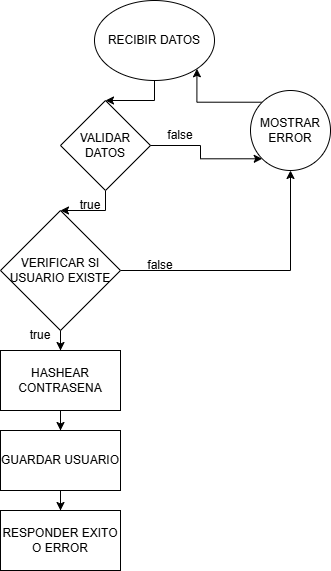
0wander1/auth-api keeps this draw.io diagram as docs/img/flujo-registro.png. Above is the earlier version. Source tidied: cells renumbered, new cells last; positions are measured from the earlier drawing's top-left corner, leaving out a move shared by most shapes. The source it was exported from:
```xml
<mxGraphModel>
  <root>
    <mxCell id="0" />
    <mxCell id="1" parent="0" />
    <mxCell id="2" style="edgeStyle=orthogonalEdgeStyle;rounded=0;jettySize=auto;html=1;exitX=0.5;exitY=1;exitDx=0;exitDy=0;entryX=0.5;entryY=0;entryDx=0;entryDy=0;" parent="1" edge="1" source="3" target="5">
      <mxGeometry relative="1" as="geometry" />
    </mxCell>
    <mxCell id="3" value="RECIBIR DATOS" style="ellipse;whiteSpace=wrap;html=1;" parent="1" vertex="1">
      <mxGeometry x="94" width="120" height="80" as="geometry" />
    </mxCell>
    <mxCell id="4" style="edgeStyle=orthogonalEdgeStyle;rounded=0;jettySize=auto;html=1;" parent="1" edge="1" source="5" target="10">
      <mxGeometry relative="1" as="geometry" />
    </mxCell>
    <mxCell id="5" value="VALIDAR DATOS" style="rhombus;whiteSpace=wrap;html=1;" parent="1" vertex="1">
      <mxGeometry x="60" y="100" width="90" height="90" as="geometry" />
    </mxCell>
    <mxCell id="6" style="edgeStyle=orthogonalEdgeStyle;rounded=0;jettySize=auto;html=1;exitX=1;exitY=0.5;exitDx=0;exitDy=0;entryX=0;entryY=1;entryDx=0;entryDy=0;" parent="1" edge="1" source="5" target="19">
      <mxGeometry relative="1" as="geometry" />
    </mxCell>
    <mxCell id="7" value="false" style="text;html=1;whiteSpace=wrap;strokeColor=none;fillColor=none;align=center;verticalAlign=middle;rounded=0;" parent="1" vertex="1">
      <mxGeometry x="150" y="120" width="60" height="30" as="geometry" />
    </mxCell>
    <mxCell id="8" style="edgeStyle=orthogonalEdgeStyle;rounded=0;jettySize=auto;html=1;exitX=1;exitY=0.5;exitDx=0;exitDy=0;entryX=0.5;entryY=1;entryDx=0;entryDy=0;" parent="1" edge="1" source="10" target="19">
      <mxGeometry relative="1" as="geometry" />
    </mxCell>
    <mxCell id="9" style="edgeStyle=orthogonalEdgeStyle;rounded=0;jettySize=auto;html=1;" parent="1" edge="1" source="10" target="14">
      <mxGeometry relative="1" as="geometry" />
    </mxCell>
    <mxCell id="10" value="VERIFICAR SI&lt;div&gt;USUARIO EXISTE&lt;/div&gt;" style="rhombus;whiteSpace=wrap;html=1;" parent="1" vertex="1">
      <mxGeometry y="210" width="120" height="120" as="geometry" />
    </mxCell>
    <mxCell id="11" value="true" style="text;html=1;whiteSpace=wrap;strokeColor=none;fillColor=none;align=center;verticalAlign=middle;rounded=0;" parent="1" vertex="1">
      <mxGeometry x="60" y="190" width="60" height="30" as="geometry" />
    </mxCell>
    <mxCell id="12" value="false" style="text;html=1;whiteSpace=wrap;strokeColor=none;fillColor=none;align=center;verticalAlign=middle;rounded=0;" parent="1" vertex="1">
      <mxGeometry x="130" y="250" width="60" height="30" as="geometry" />
    </mxCell>
    <mxCell id="13" style="edgeStyle=orthogonalEdgeStyle;rounded=0;jettySize=auto;html=1;" parent="1" edge="1" source="14" target="16">
      <mxGeometry relative="1" as="geometry" />
    </mxCell>
    <mxCell id="14" value="HASHEAR CONTRASENA" style="whiteSpace=wrap;html=1;" parent="1" vertex="1">
      <mxGeometry y="350" width="120" height="60" as="geometry" />
    </mxCell>
    <mxCell id="15" style="edgeStyle=orthogonalEdgeStyle;rounded=0;jettySize=auto;html=1;" parent="1" edge="1" source="16" target="17">
      <mxGeometry relative="1" as="geometry" />
    </mxCell>
    <mxCell id="16" value="GUARDAR USUARIO" style="whiteSpace=wrap;html=1;" parent="1" vertex="1">
      <mxGeometry y="430" width="120" height="60" as="geometry" />
    </mxCell>
    <mxCell id="17" value="RESPONDER EXITO O ERROR" style="whiteSpace=wrap;html=1;" parent="1" vertex="1">
      <mxGeometry y="510" width="120" height="60" as="geometry" />
    </mxCell>
    <mxCell id="18" style="edgeStyle=orthogonalEdgeStyle;rounded=0;jettySize=auto;html=1;exitX=0;exitY=0;exitDx=0;exitDy=0;entryX=1;entryY=1;entryDx=0;entryDy=0;" parent="1" edge="1" source="19" target="3">
      <mxGeometry relative="1" as="geometry" />
    </mxCell>
    <mxCell id="19" value="MOSTRAR ERROR" style="ellipse;whiteSpace=wrap;html=1;" parent="1" vertex="1">
      <mxGeometry x="250" y="90" width="80" height="80" as="geometry" />
    </mxCell>
    <mxCell id="20" value="true" style="text;html=1;whiteSpace=wrap;strokeColor=none;fillColor=none;align=center;verticalAlign=middle;rounded=0;" parent="1" vertex="1">
      <mxGeometry x="10" y="320" width="60" height="30" as="geometry" />
    </mxCell>
  </root>
</mxGraphModel>
```
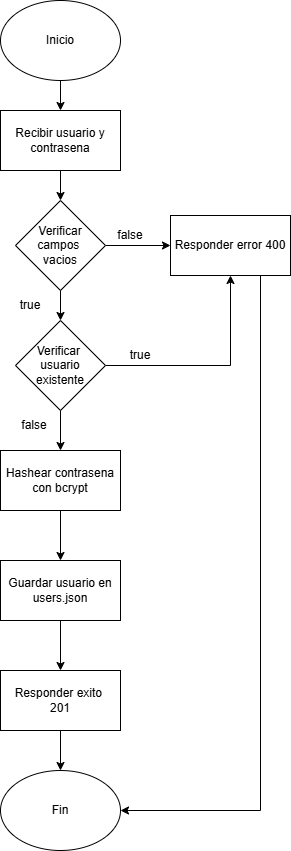
After the change.

Commit message:
docs: agregar diagramas de arquitectura y flujos de registro y login

Change to the diagram source:
```diff
@@ -2,62 +2,74 @@
   <root>
     <mxCell id="0" />
     <mxCell id="1" parent="0" />
-    <mxCell id="2" style="edgeStyle=orthogonalEdgeStyle;rounded=0;jettySize=auto;html=1;exitX=0.5;exitY=1;exitDx=0;exitDy=0;entryX=0.5;entryY=0;entryDx=0;entryDy=0;" parent="1" edge="1" source="3" target="5">
-      <mxGeometry relative="1" as="geometry" />
-    </mxCell>
-    <mxCell id="3" value="RECIBIR DATOS" style="ellipse;whiteSpace=wrap;html=1;" parent="1" vertex="1">
-      <mxGeometry x="94" width="120" height="80" as="geometry" />
-    </mxCell>
-    <mxCell id="4" style="edgeStyle=orthogonalEdgeStyle;rounded=0;jettySize=auto;html=1;" parent="1" edge="1" source="5" target="10">
-      <mxGeometry relative="1" as="geometry" />
-    </mxCell>
-    <mxCell id="5" value="VALIDAR DATOS" style="rhombus;whiteSpace=wrap;html=1;" parent="1" vertex="1">
-      <mxGeometry x="60" y="100" width="90" height="90" as="geometry" />
-    </mxCell>
-    <mxCell id="6" style="edgeStyle=orthogonalEdgeStyle;rounded=0;jettySize=auto;html=1;exitX=1;exitY=0.5;exitDx=0;exitDy=0;entryX=0;entryY=1;entryDx=0;entryDy=0;" parent="1" edge="1" source="5" target="19">
-      <mxGeometry relative="1" as="geometry" />
-    </mxCell>
-    <mxCell id="7" value="false" style="text;html=1;whiteSpace=wrap;strokeColor=none;fillColor=none;align=center;verticalAlign=middle;rounded=0;" parent="1" vertex="1">
-      <mxGeometry x="150" y="120" width="60" height="30" as="geometry" />
-    </mxCell>
-    <mxCell id="8" style="edgeStyle=orthogonalEdgeStyle;rounded=0;jettySize=auto;html=1;exitX=1;exitY=0.5;exitDx=0;exitDy=0;entryX=0.5;entryY=1;entryDx=0;entryDy=0;" parent="1" edge="1" source="10" target="19">
-      <mxGeometry relative="1" as="geometry" />
-    </mxCell>
-    <mxCell id="9" style="edgeStyle=orthogonalEdgeStyle;rounded=0;jettySize=auto;html=1;" parent="1" edge="1" source="10" target="14">
-      <mxGeometry relative="1" as="geometry" />
-    </mxCell>
-    <mxCell id="10" value="VERIFICAR SI&lt;div&gt;USUARIO EXISTE&lt;/div&gt;" style="rhombus;whiteSpace=wrap;html=1;" parent="1" vertex="1">
-      <mxGeometry y="210" width="120" height="120" as="geometry" />
-    </mxCell>
-    <mxCell id="11" value="true" style="text;html=1;whiteSpace=wrap;strokeColor=none;fillColor=none;align=center;verticalAlign=middle;rounded=0;" parent="1" vertex="1">
-      <mxGeometry x="60" y="190" width="60" height="30" as="geometry" />
-    </mxCell>
-    <mxCell id="12" value="false" style="text;html=1;whiteSpace=wrap;strokeColor=none;fillColor=none;align=center;verticalAlign=middle;rounded=0;" parent="1" vertex="1">
-      <mxGeometry x="130" y="250" width="60" height="30" as="geometry" />
-    </mxCell>
-    <mxCell id="13" style="edgeStyle=orthogonalEdgeStyle;rounded=0;jettySize=auto;html=1;" parent="1" edge="1" source="14" target="16">
-      <mxGeometry relative="1" as="geometry" />
-    </mxCell>
-    <mxCell id="14" value="HASHEAR CONTRASENA" style="whiteSpace=wrap;html=1;" parent="1" vertex="1">
-      <mxGeometry y="350" width="120" height="60" as="geometry" />
-    </mxCell>
-    <mxCell id="15" style="edgeStyle=orthogonalEdgeStyle;rounded=0;jettySize=auto;html=1;" parent="1" edge="1" source="16" target="17">
-      <mxGeometry relative="1" as="geometry" />
-    </mxCell>
-    <mxCell id="16" value="GUARDAR USUARIO" style="whiteSpace=wrap;html=1;" parent="1" vertex="1">
-      <mxGeometry y="430" width="120" height="60" as="geometry" />
-    </mxCell>
-    <mxCell id="17" value="RESPONDER EXITO O ERROR" style="whiteSpace=wrap;html=1;" parent="1" vertex="1">
-      <mxGeometry y="510" width="120" height="60" as="geometry" />
-    </mxCell>
-    <mxCell id="18" style="edgeStyle=orthogonalEdgeStyle;rounded=0;jettySize=auto;html=1;exitX=0;exitY=0;exitDx=0;exitDy=0;entryX=1;entryY=1;entryDx=0;entryDy=0;" parent="1" edge="1" source="19" target="3">
-      <mxGeometry relative="1" as="geometry" />
-    </mxCell>
-    <mxCell id="19" value="MOSTRAR ERROR" style="ellipse;whiteSpace=wrap;html=1;" parent="1" vertex="1">
-      <mxGeometry x="250" y="90" width="80" height="80" as="geometry" />
-    </mxCell>
-    <mxCell id="20" value="true" style="text;html=1;whiteSpace=wrap;strokeColor=none;fillColor=none;align=center;verticalAlign=middle;rounded=0;" parent="1" vertex="1">
-      <mxGeometry x="10" y="320" width="60" height="30" as="geometry" />
-    </mxCell>
+    <mxCell id="21" style="edgeStyle=orthogonalEdgeStyle;rounded=0;jettySize=auto;html=1;" parent="1" edge="1" source="22" target="24">
+      <mxGeometry relative="1" as="geometry" />
+    </mxCell>
+    <mxCell id="22" value="Inicio" style="ellipse;whiteSpace=wrap;html=1;" parent="1" vertex="1">
+      <mxGeometry x="90" y="20" width="120" height="80" as="geometry" />
+    </mxCell>
+    <mxCell id="23" style="edgeStyle=orthogonalEdgeStyle;rounded=0;jettySize=auto;html=1;" parent="1" edge="1" source="24" target="27">
+      <mxGeometry relative="1" as="geometry" />
+    </mxCell>
+    <mxCell id="24" value="Recibir usuario y contrasena" style="whiteSpace=wrap;html=1;" parent="1" vertex="1">
+      <mxGeometry x="90" y="130" width="120" height="60" as="geometry" />
+    </mxCell>
+    <mxCell id="25" style="edgeStyle=orthogonalEdgeStyle;rounded=0;jettySize=auto;html=1;" parent="1" edge="1" source="27" target="29">
+      <mxGeometry relative="1" as="geometry" />
+    </mxCell>
+    <mxCell id="26" style="edgeStyle=orthogonalEdgeStyle;rounded=0;jettySize=auto;html=1;" parent="1" edge="1" source="27" target="32">
+      <mxGeometry relative="1" as="geometry" />
+    </mxCell>
+    <mxCell id="27" value="Verificar campos&amp;nbsp;&lt;div&gt;vacios&lt;/div&gt;" style="rhombus;whiteSpace=wrap;html=1;" parent="1" vertex="1">
+      <mxGeometry x="105" y="220" width="90" height="90" as="geometry" />
+    </mxCell>
+    <mxCell id="28" style="edgeStyle=orthogonalEdgeStyle;rounded=0;jettySize=auto;html=1;exitX=0.75;exitY=1;exitDx=0;exitDy=0;entryX=1;entryY=0.5;entryDx=0;entryDy=0;" parent="1" edge="1" source="29" target="39">
+      <mxGeometry relative="1" as="geometry" />
+    </mxCell>
+    <mxCell id="29" value="Responder error 400" style="whiteSpace=wrap;html=1;" parent="1" vertex="1">
+      <mxGeometry x="260" y="235" width="120" height="60" as="geometry" />
+    </mxCell>
+    <mxCell id="30" style="edgeStyle=orthogonalEdgeStyle;rounded=0;jettySize=auto;html=1;exitX=1;exitY=0.5;exitDx=0;exitDy=0;entryX=0.5;entryY=1;entryDx=0;entryDy=0;" parent="1" edge="1" source="32" target="29">
+      <mxGeometry relative="1" as="geometry" />
+    </mxCell>
+    <mxCell id="31" style="edgeStyle=orthogonalEdgeStyle;rounded=0;jettySize=auto;html=1;" parent="1" edge="1" source="32" target="34">
+      <mxGeometry relative="1" as="geometry" />
+    </mxCell>
+    <mxCell id="32" value="Verificar&amp;nbsp;&lt;div&gt;usuario existente&lt;/div&gt;" style="rhombus;whiteSpace=wrap;html=1;" parent="1" vertex="1">
+      <mxGeometry x="105" y="340" width="90" height="90" as="geometry" />
+    </mxCell>
+    <mxCell id="33" style="edgeStyle=orthogonalEdgeStyle;rounded=0;jettySize=auto;html=1;" parent="1" edge="1" source="34" target="36">
+      <mxGeometry relative="1" as="geometry" />
+    </mxCell>
+    <mxCell id="34" value="Hashear contrasena&lt;div&gt;con bcrypt&lt;/div&gt;" style="whiteSpace=wrap;html=1;" parent="1" vertex="1">
+      <mxGeometry x="90" y="470" width="120" height="60" as="geometry" />
+    </mxCell>
+    <mxCell id="35" style="edgeStyle=orthogonalEdgeStyle;rounded=0;jettySize=auto;html=1;" parent="1" edge="1" source="36" target="38">
+      <mxGeometry relative="1" as="geometry" />
+    </mxCell>
+    <mxCell id="36" value="Guardar usuario en users.json" style="whiteSpace=wrap;html=1;" parent="1" vertex="1">
+      <mxGeometry x="90" y="580" width="120" height="60" as="geometry" />
+    </mxCell>
+    <mxCell id="37" style="edgeStyle=orthogonalEdgeStyle;rounded=0;jettySize=auto;html=1;exitX=0.5;exitY=1;exitDx=0;exitDy=0;entryX=0.5;entryY=0;entryDx=0;entryDy=0;" parent="1" edge="1" source="38" target="39">
+      <mxGeometry relative="1" as="geometry" />
+    </mxCell>
+    <mxCell id="38" value="Responder exito&amp;nbsp;&lt;div&gt;201&lt;/div&gt;" style="whiteSpace=wrap;html=1;" parent="1" vertex="1">
+      <mxGeometry x="90" y="690" width="120" height="60" as="geometry" />
+    </mxCell>
+    <mxCell id="39" value="Fin" style="ellipse;whiteSpace=wrap;html=1;" parent="1" vertex="1">
+      <mxGeometry x="90" y="790" width="120" height="80" as="geometry" />
+    </mxCell>
+    <mxCell id="40" value="false" style="text;html=1;whiteSpace=wrap;strokeColor=none;fillColor=none;align=center;verticalAlign=middle;rounded=0;" parent="1" vertex="1">
+      <mxGeometry x="190" y="240" width="60" height="30" as="geometry" />
+    </mxCell>
+    <mxCell id="41" value="false" style="text;html=1;whiteSpace=wrap;strokeColor=none;fillColor=none;align=center;verticalAlign=middle;rounded=0;" parent="1" vertex="1">
+      <mxGeometry x="94" y="430" width="60" height="30" as="geometry" />
+    </mxCell>
+    <mxCell id="42" value="true" style="text;html=1;whiteSpace=wrap;strokeColor=none;fillColor=none;align=center;verticalAlign=middle;rounded=0;" parent="1" vertex="1">
+      <mxGeometry x="90" y="310" width="60" height="30" as="geometry" />
+    </mxCell>
+    <mxCell id="43" value="true" style="text;html=1;whiteSpace=wrap;strokeColor=none;fillColor=none;align=center;verticalAlign=middle;rounded=0;" parent="1" vertex="1">
+      <mxGeometry x="200" y="360" width="60" height="30" as="geometry" />
+    </mxCell>
   </root>
 </mxGraphModel>
```
